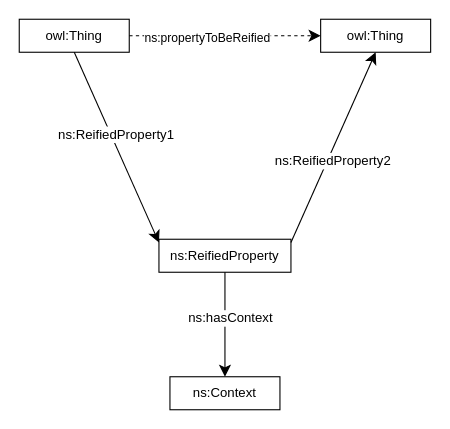
Before: MODL Library Simplified/reificationSimplified.drawio in nd-crane/Drawio-experiments, a draw.io diagram. Source tidied: cells renumbered, new cells numbered last; positions are measured from the earlier drawing's top-left corner, leaving out a move shared by most shapes. Both pictures are drawn from the tidied source at 110%, with x=0, y=0 at pixel (19, 19).
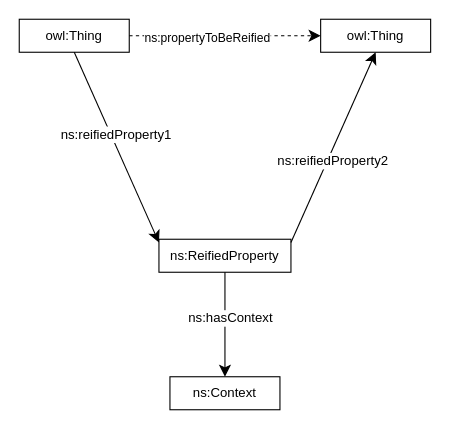
The same diagram, later.

Commit message (it also covers changes not shown here):
building simplified library

What changed in the source:
```diff
@@
 <mxGraphModel>
   <root>
     <mxCell id="0" />
     <mxCell id="1" parent="0" />
     <mxCell id="2" value="ns:Context" style="rounded=0;whiteSpace=wrap;html=1;snapToPoint=1;points=[[0.1,0],[0.2,0],[0.3,0],[0.4,0],[0.5,0],[0.6,0],[0.7,0],[0.8,0],[0.9,0],[0,0.1],[0,0.3],[0,0.5],[0,0.7],[0,0.9],[0.1,1],[0.2,1],[0.3,1],[0.4,1],[0.5,1],[0.6,1],[0.7,1],[0.8,1],[0.9,1],[1,0.1],[1,0.3],[1,0.5],[1,0.7],[1,0.9]];" parent="1" vertex="1">
       <mxGeometry x="137" y="325" width="100" height="30" as="geometry" />
     </mxCell>
     <mxCell id="3" value="ns:ReifiedProperty" style="rounded=0;whiteSpace=wrap;html=1;snapToPoint=1;points=[[0.1,0],[0.2,0],[0.3,0],[0.4,0],[0.5,0],[0.6,0],[0.7,0],[0.8,0],[0.9,0],[0,0.1],[0,0.3],[0,0.5],[0,0.7],[0,0.9],[0.1,1],[0.2,1],[0.3,1],[0.4,1],[0.5,1],[0.6,1],[0.7,1],[0.8,1],[0.9,1],[1,0.1],[1,0.3],[1,0.5],[1,0.7],[1,0.9]];" parent="1" vertex="1">
       <mxGeometry x="127" y="200" width="120" height="30" as="geometry" />
     </mxCell>
     <mxCell id="4" value="owl:Thing" style="rounded=0;whiteSpace=wrap;html=1;snapToPoint=1;points=[[0.1,0],[0.2,0],[0.3,0],[0.4,0],[0.5,0],[0.6,0],[0.7,0],[0.8,0],[0.9,0],[0,0.1],[0,0.3],[0,0.5],[0,0.7],[0,0.9],[0.1,1],[0.2,1],[0.3,1],[0.4,1],[0.5,1],[0.6,1],[0.7,1],[0.8,1],[0.9,1],[1,0.1],[1,0.3],[1,0.5],[1,0.7],[1,0.9]];" parent="1" vertex="1">
       <mxGeometry x="274" width="100" height="30" as="geometry" />
     </mxCell>
     <mxCell id="5" value="owl:Thing" style="rounded=0;whiteSpace=wrap;html=1;snapToPoint=1;points=[[0.1,0],[0.2,0],[0.3,0],[0.4,0],[0.5,0],[0.6,0],[0.7,0],[0.8,0],[0.9,0],[0,0.1],[0,0.3],[0,0.5],[0,0.7],[0,0.9],[0.1,1],[0.2,1],[0.3,1],[0.4,1],[0.5,1],[0.6,1],[0.7,1],[0.8,1],[0.9,1],[1,0.1],[1,0.3],[1,0.5],[1,0.7],[1,0.9]];" parent="1" vertex="1">
       <mxGeometry width="100" height="30" as="geometry" />
     </mxCell>
     <mxCell id="6" style="endArrow=classic;html=1;exitX=1;exitY=0.5;exitDx=0;exitDy=0;entryX=0;entryY=0.5;entryDx=0;entryDy=0;endSize=8;dashed=1;arcSize=0;" parent="1" edge="1" source="5" target="4">
       <mxGeometry relative="1" as="geometry" />
     </mxCell>
     <mxCell id="7" value="&lt;div&gt;ns:propertyToBeReified&lt;/div&gt;" style="edgeLabel;html=1;align=center;verticalAlign=middle;" parent="6" vertex="1">
       <mxGeometry x="-0.19" y="-1" relative="1" as="geometry" />
     </mxCell>
     <mxCell id="8" style="endArrow=classic;html=1;exitX=1;exitY=0.1;exitDx=0;exitDy=0;entryX=0.5;entryY=1;entryDx=0;entryDy=0;endSize=8;arcSize=0;" parent="1" edge="1" source="3" target="4">
       <mxGeometry relative="1" as="geometry" />
     </mxCell>
-    <mxCell id="9" value="&lt;div&gt;ns:ReifiedProperty2&lt;/div&gt;" style="text;html=1;align=center;verticalAlign=middle;labelBackgroundColor=#ffffff;" parent="8" vertex="1">
+    <mxCell id="9" value="&lt;div&gt;ns:reifiedProperty2&lt;/div&gt;" style="text;html=1;align=center;verticalAlign=middle;labelBackgroundColor=#ffffff;" parent="8" vertex="1">
       <mxGeometry x="-0.13" relative="1" as="geometry">
         <mxPoint x="4.2" as="offset" />
       </mxGeometry>
     </mxCell>
     <mxCell id="10" style="endArrow=classic;html=1;exitX=0.5;exitY=1;exitDx=0;exitDy=0;entryX=0;entryY=0.1;entryDx=0;entryDy=0;endSize=8;arcSize=0;" parent="1" edge="1" source="5" target="3">
       <mxGeometry relative="1" as="geometry" />
     </mxCell>
-    <mxCell id="11" value="&lt;div&gt;ns:ReifiedProperty1&lt;/div&gt;" style="text;html=1;align=center;verticalAlign=middle;labelBackgroundColor=#ffffff;" parent="10" vertex="1">
+    <mxCell id="11" value="&lt;div&gt;ns:reifiedProperty1&lt;/div&gt;" style="text;html=1;align=center;verticalAlign=middle;labelBackgroundColor=#ffffff;" parent="10" vertex="1">
       <mxGeometry x="-0.13" relative="1" as="geometry">
         <mxPoint x="4.2" as="offset" />
       </mxGeometry>
     </mxCell>
     <mxCell id="12" style="endArrow=classic;html=1;exitX=0.5;exitY=1;exitDx=0;exitDy=0;entryX=0.5;entryY=0;entryDx=0;entryDy=0;endSize=8;arcSize=0;" parent="1" edge="1" source="3" target="2">
       <mxGeometry relative="1" as="geometry" />
     </mxCell>
     <mxCell id="13" value="&lt;div&gt;ns:hasContext&lt;/div&gt;" style="text;html=1;align=center;verticalAlign=middle;labelBackgroundColor=#ffffff;" parent="12" vertex="1">
       <mxGeometry x="-0.13" relative="1" as="geometry">
         <mxPoint x="4.2" as="offset" />
       </mxGeometry>
     </mxCell>
   </root>
 </mxGraphModel>
```
